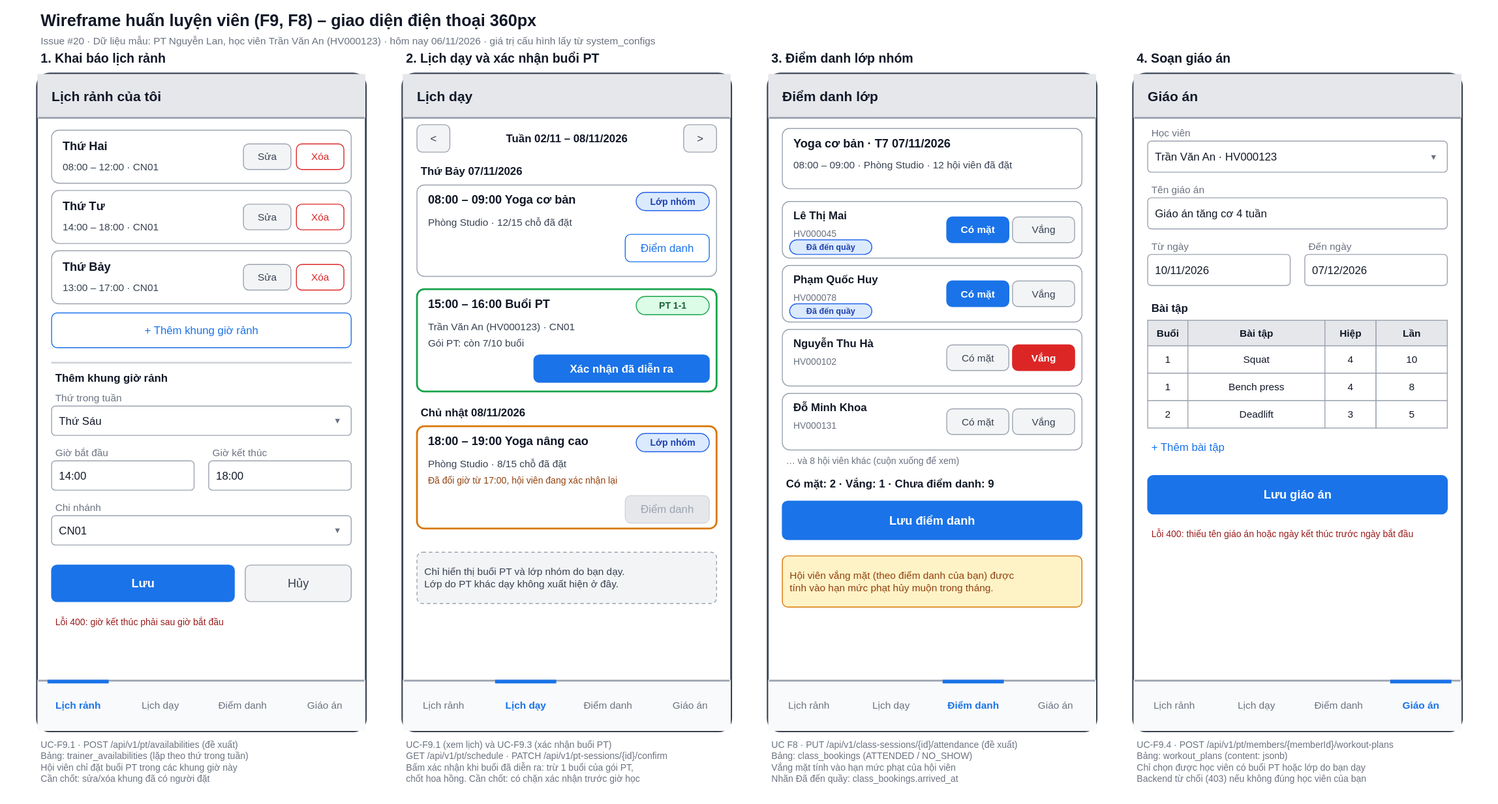
The draw.io diagram docs/design/wireframe/huan-luyen-vien.drawio.svg in Ktin06/it3180_nhom6_gym_management, before a commit. Source tidied: cells renumbered, new cells last; positions are measured from the earlier drawing's top-left corner, leaving out a move shared by most shapes.
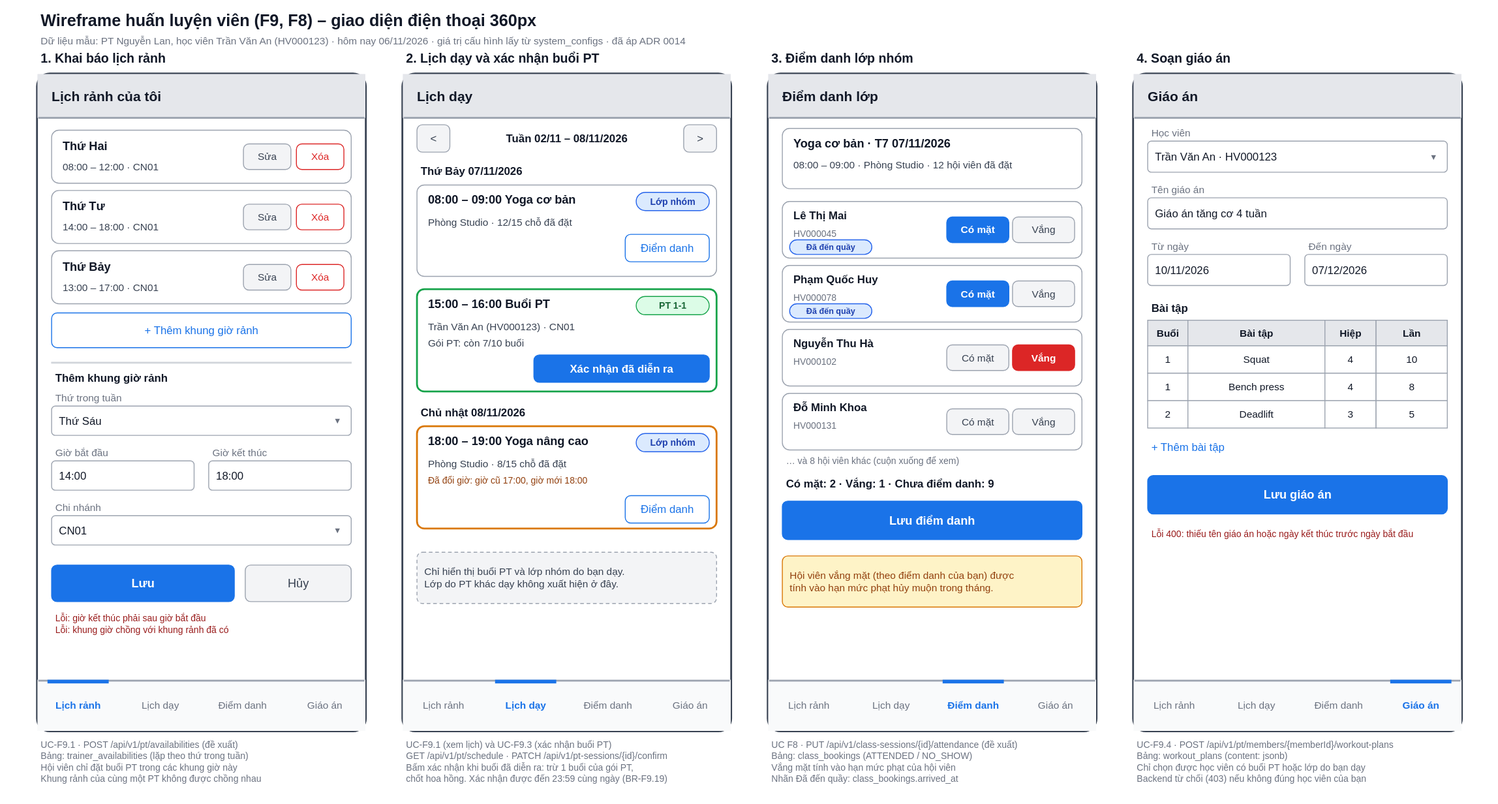
The same file after the commit.

The edit, as a diff of the source:
```diff
@@ -5,7 +5,7 @@
     <mxCell id="2" value="Wireframe huấn luyện viên (F9, F8) – giao diện điện thoại 360px" style="text;html=1;strokeColor=none;fillColor=none;align=left;verticalAlign=middle;whiteSpace=wrap;rounded=0;fontSize=18;fontColor=#111827;spacingLeft=4;spacingRight=4;fontStyle=1;" parent="1" vertex="1">
       <mxGeometry width="1500" height="28" as="geometry" />
     </mxCell>
-    <mxCell id="3" value="Issue #20 · Dữ liệu mẫu: PT Nguyễn Lan, học viên Trần Văn An (HV000123) · hôm nay 06/11/2026 · giá trị cấu hình lấy từ system_configs" style="text;html=1;strokeColor=none;fillColor=none;align=left;verticalAlign=middle;whiteSpace=wrap;rounded=0;fontSize=11;fontColor=#6b7280;spacingLeft=4;spacingRight=4;" parent="1" vertex="1">
+    <mxCell id="3" value="Dữ liệu mẫu: PT Nguyễn Lan, học viên Trần Văn An (HV000123) · hôm nay 06/11/2026 · giá trị cấu hình lấy từ system_configs · đã áp ADR 0014" style="text;html=1;strokeColor=none;fillColor=none;align=left;verticalAlign=middle;whiteSpace=wrap;rounded=0;fontSize=11;fontColor=#6b7280;spacingLeft=4;spacingRight=4;" parent="1" vertex="1">
       <mxGeometry y="26" width="1500" height="20" as="geometry" />
     </mxCell>
     <mxCell id="4" value="1. Khai báo lịch rảnh" style="text;html=1;strokeColor=none;fillColor=none;align=left;verticalAlign=middle;whiteSpace=wrap;rounded=0;fontSize=14;fontColor=#111827;spacingLeft=4;spacingRight=4;fontStyle=1;" parent="1" vertex="1">
@@ -44,7 +44,7 @@
     <mxCell id="15" value="Giáo án" style="text;html=1;strokeColor=none;fillColor=none;align=center;verticalAlign=middle;whiteSpace=wrap;rounded=0;fontSize=11;fontColor=#6b7280;spacingLeft=4;spacingRight=4;" parent="1" vertex="1">
       <mxGeometry x="270" y="738" width="90" height="50" as="geometry" />
     </mxCell>
-    <mxCell id="16" value="UC-F9.1 · POST /api/v1/pt/availabilities (đề xuất)&lt;br&gt;Bảng: trainer_availabilities (lặp theo thứ trong tuần)&lt;br&gt;Hội viên chỉ đặt buổi PT trong các khung giờ này&lt;br&gt;Cần chốt: sửa/xóa khung đã có người đặt" style="text;html=1;strokeColor=none;fillColor=none;align=left;verticalAlign=top;whiteSpace=wrap;rounded=0;fontSize=10;fontColor=#6b7280;spacingLeft=4;spacingRight=4;" parent="1" vertex="1">
+    <mxCell id="16" value="UC-F9.1 · POST /api/v1/pt/availabilities (đề xuất)&lt;br&gt;Bảng: trainer_availabilities (lặp theo thứ trong tuần)&lt;br&gt;Hội viên chỉ đặt buổi PT trong các khung giờ này&lt;br&gt;Khung rảnh của cùng một PT không được chồng nhau" style="text;html=1;strokeColor=none;fillColor=none;align=left;verticalAlign=top;whiteSpace=wrap;rounded=0;fontSize=10;fontColor=#6b7280;spacingLeft=4;spacingRight=4;" parent="1" vertex="1">
       <mxGeometry y="798" width="360" height="64" as="geometry" />
     </mxCell>
     <mxCell id="17" style="rounded=1;arcSize=13;whiteSpace=wrap;html=1;fillColor=#ffffff;strokeColor=#9ca3af;strokeWidth=1;" parent="1" vertex="1">
@@ -149,8 +149,8 @@
     <mxCell id="50" value="Hủy" style="rounded=1;arcSize=15;whiteSpace=wrap;html=1;fillColor=#f3f4f6;strokeColor=#9ca3af;strokeWidth=1;fontSize=13;fontColor=#374151;align=center;verticalAlign=middle;" parent="1" vertex="1">
       <mxGeometry x="228" y="610" width="116" height="40" as="geometry" />
     </mxCell>
-    <mxCell id="51" value="Lỗi 400: giờ kết thúc phải sau giờ bắt đầu" style="text;html=1;strokeColor=none;fillColor=none;align=left;verticalAlign=middle;whiteSpace=wrap;rounded=0;fontSize=10;fontColor=#991b1b;spacingLeft=4;spacingRight=4;" parent="1" vertex="1">
-      <mxGeometry x="16" y="662" width="330" height="20" as="geometry" />
+    <mxCell id="51" value="Lỗi: giờ kết thúc phải sau giờ bắt đầu&lt;br&gt;Lỗi: khung giờ chồng với khung rảnh đã có" style="text;html=1;strokeColor=none;fillColor=none;align=left;verticalAlign=top;whiteSpace=wrap;rounded=0;fontSize=10;fontColor=#991b1b;spacingLeft=4;spacingRight=4;" parent="1" vertex="1">
+      <mxGeometry x="16" y="660" width="330" height="36" as="geometry" />
     </mxCell>
     <mxCell id="52" value="2. Lịch dạy và xác nhận buổi PT" style="text;html=1;strokeColor=none;fillColor=none;align=left;verticalAlign=middle;whiteSpace=wrap;rounded=0;fontSize=14;fontColor=#111827;spacingLeft=4;spacingRight=4;fontStyle=1;" parent="1" vertex="1">
       <mxGeometry x="400" y="42" width="360" height="26" as="geometry" />
@@ -188,7 +188,7 @@
     <mxCell id="63" value="Giáo án" style="text;html=1;strokeColor=none;fillColor=none;align=center;verticalAlign=middle;whiteSpace=wrap;rounded=0;fontSize=11;fontColor=#6b7280;spacingLeft=4;spacingRight=4;" parent="1" vertex="1">
       <mxGeometry x="670" y="738" width="90" height="50" as="geometry" />
     </mxCell>
-    <mxCell id="64" value="UC-F9.1 (xem lịch) và UC-F9.3 (xác nhận buổi PT)&lt;br&gt;GET /api/v1/pt/schedule · PATCH /api/v1/pt-sessions/{id}/confirm&lt;br&gt;Bấm xác nhận khi buổi đã diễn ra: trừ 1 buổi của gói PT,&lt;br&gt;chốt hoa hồng. Cần chốt: có chặn xác nhận trước giờ học" style="text;html=1;strokeColor=none;fillColor=none;align=left;verticalAlign=top;whiteSpace=wrap;rounded=0;fontSize=10;fontColor=#6b7280;spacingLeft=4;spacingRight=4;" parent="1" vertex="1">
+    <mxCell id="64" value="UC-F9.1 (xem lịch) và UC-F9.3 (xác nhận buổi PT)&lt;br&gt;GET /api/v1/pt/schedule · PATCH /api/v1/pt-sessions/{id}/confirm&lt;br&gt;Bấm xác nhận khi buổi đã diễn ra: trừ 1 buổi của gói PT,&lt;br&gt;chốt hoa hồng. Xác nhận được đến 23:59 cùng ngày (BR-F9.19)" style="text;html=1;strokeColor=none;fillColor=none;align=left;verticalAlign=top;whiteSpace=wrap;rounded=0;fontSize=10;fontColor=#6b7280;spacingLeft=4;spacingRight=4;" parent="1" vertex="1">
       <mxGeometry x="400" y="798" width="360" height="64" as="geometry" />
     </mxCell>
     <mxCell id="65" value="&amp;lt;" style="rounded=1;arcSize=20;whiteSpace=wrap;html=1;fillColor=#f3f4f6;strokeColor=#9ca3af;strokeWidth=1;fontSize=12;fontColor=#374151;align=center;verticalAlign=middle;" parent="1" vertex="1">
@@ -251,10 +251,10 @@
     <mxCell id="84" value="Phòng Studio · 8/15 chỗ đã đặt" style="text;html=1;strokeColor=none;fillColor=none;align=left;verticalAlign=middle;whiteSpace=wrap;rounded=0;fontSize=11;fontColor=#374151;spacingLeft=4;spacingRight=4;" parent="1" vertex="1">
       <mxGeometry x="424" y="490" width="310" height="18" as="geometry" />
     </mxCell>
-    <mxCell id="85" value="Đã đổi giờ từ 17:00, hội viên đang xác nhận lại" style="text;html=1;strokeColor=none;fillColor=none;align=left;verticalAlign=middle;whiteSpace=wrap;rounded=0;fontSize=10;fontColor=#92400e;spacingLeft=4;spacingRight=4;" parent="1" vertex="1">
+    <mxCell id="85" value="Đã đổi giờ: giờ cũ 17:00, giờ mới 18:00" style="text;html=1;strokeColor=none;fillColor=none;align=left;verticalAlign=middle;whiteSpace=wrap;rounded=0;fontSize=10;fontColor=#92400e;spacingLeft=4;spacingRight=4;" parent="1" vertex="1">
       <mxGeometry x="424" y="508" width="310" height="18" as="geometry" />
     </mxCell>
-    <mxCell id="86" value="Điểm danh" style="rounded=1;arcSize=20;whiteSpace=wrap;html=1;fillColor=#e5e7eb;strokeColor=#d1d5db;strokeWidth=1;fontSize=12;fontColor=#9ca3af;align=center;verticalAlign=middle;" parent="1" vertex="1">
+    <mxCell id="86" value="Điểm danh" style="rounded=1;arcSize=20;whiteSpace=wrap;html=1;fillColor=#ffffff;strokeColor=#1a73e8;strokeWidth=1;fontSize=12;fontColor=#1a73e8;align=center;verticalAlign=middle;" parent="1" vertex="1">
       <mxGeometry x="644" y="534" width="92" height="30" as="geometry" />
     </mxCell>
     <mxCell id="87" style="rounded=1;arcSize=10;whiteSpace=wrap;html=1;fillColor=#f3f4f6;strokeColor=#9ca3af;strokeWidth=1;dashed=1;" parent="1" vertex="1">
```
